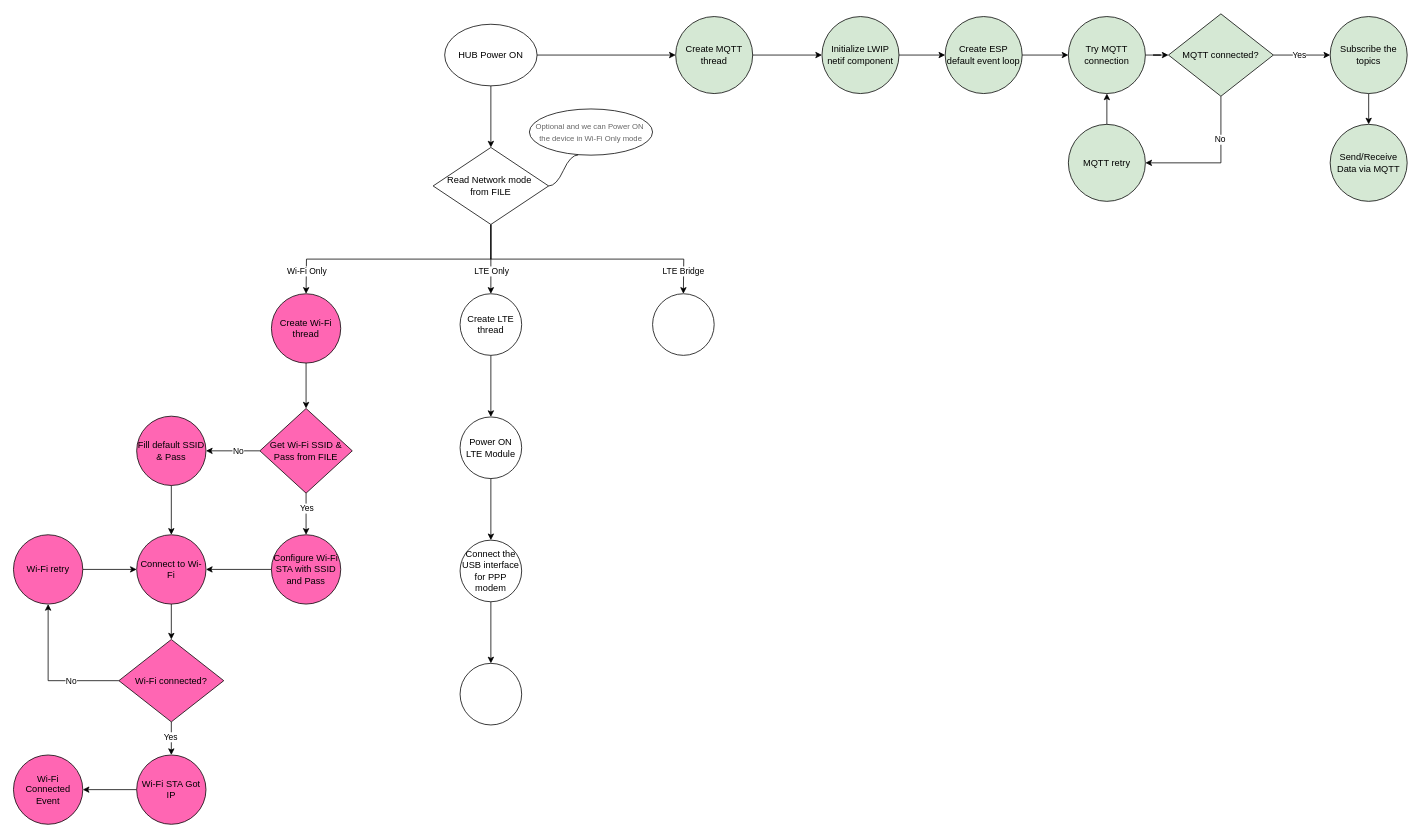
This is GEN2 connectivity states workflow.drawio from sohaibqamar/drawings, a draw.io file, before an edit. Source tidied: cells renumbered, new cells numbered last; positions are measured from the earlier drawing's top-left corner, leaving out a move shared by most shapes. Both pictures are drawn from the tidied source at 77%, with x=0, y=0 at pixel (13, 13).
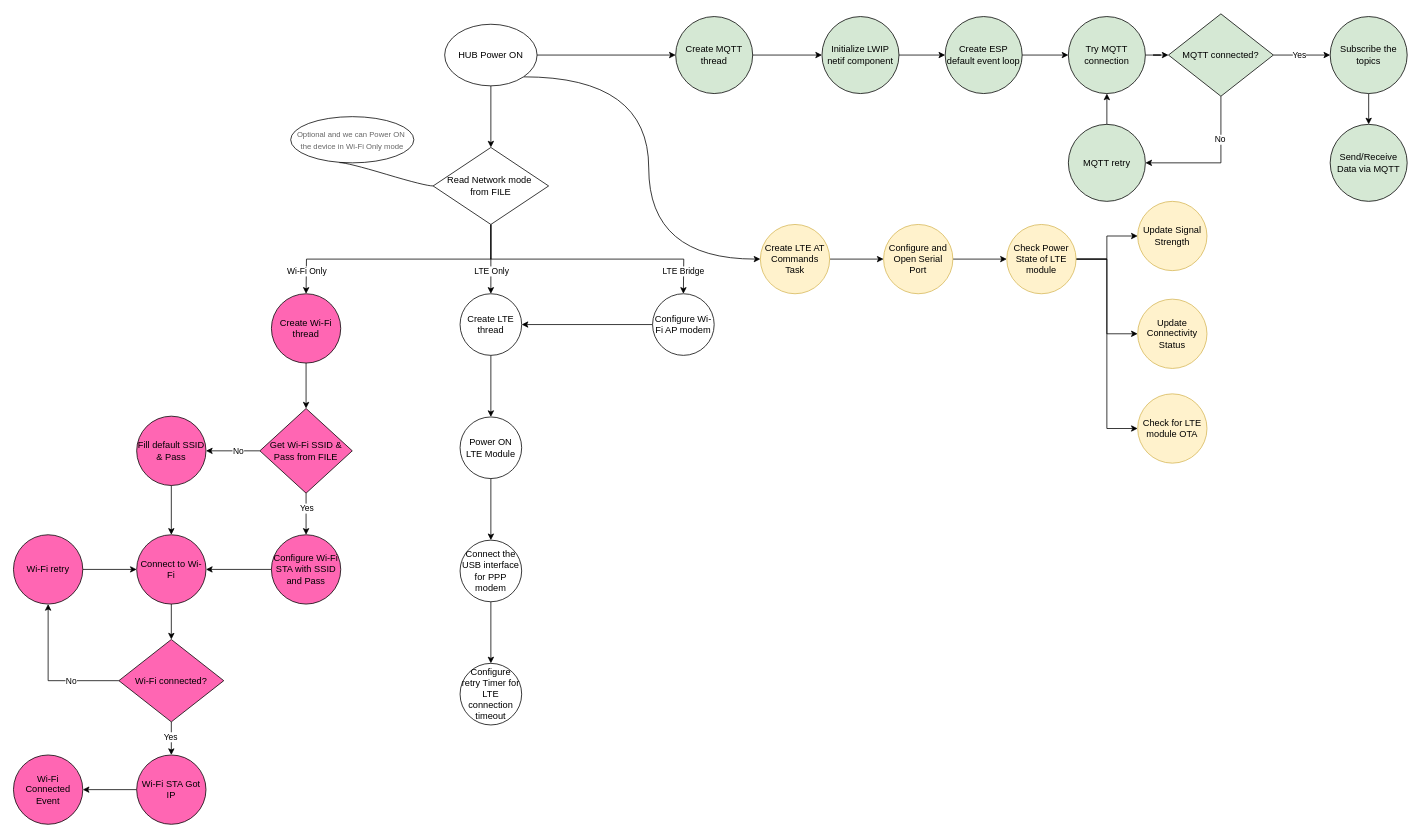
The same diagram, later.

The change refers to these unchanged cells:
```xml
<mxCell id="4" value="HUB Power ON" style="ellipse;whiteSpace=wrap;html=1;" parent="1" vertex="1">
  <mxGeometry x="560" y="14" width="120" height="80" as="geometry" />
</mxCell>
<mxCell id="11" value="Read Network mode&amp;nbsp;&lt;div&gt;from FILE&lt;/div&gt;" style="rhombus;whiteSpace=wrap;html=1;" parent="1" vertex="1">
  <mxGeometry x="545" y="174" width="150" height="100" as="geometry" />
</mxCell>
<mxCell id="13" value="Create LTE thread" style="ellipse;whiteSpace=wrap;html=1;" parent="1" vertex="1">
  <mxGeometry x="580" y="364" width="80" height="80" as="geometry" />
</mxCell>
```

Diff of the diagram source:
```diff
@@
+    <mxCell id="63" style="edgeStyle=orthogonalEdgeStyle;rounded=0;jettySize=auto;html=1;exitX=1;exitY=1;exitDx=0;exitDy=0;entryX=0;entryY=0.5;entryDx=0;entryDy=0;curved=1;" parent="1" edge="1" source="4" target="66">
+      <mxGeometry relative="1" as="geometry" />
+    </mxCell>
@@
+    <mxCell id="64" style="edgeStyle=orthogonalEdgeStyle;rounded=0;jettySize=auto;html=1;" parent="1" edge="1" source="14" target="13">
+      <mxGeometry relative="1" as="geometry" />
+    </mxCell>
-    <mxCell id="14" style="ellipse;whiteSpace=wrap;html=1;" parent="1" vertex="1">
+    <mxCell id="14" value="Configure Wi-Fi AP modem" style="ellipse;whiteSpace=wrap;html=1;" parent="1" vertex="1">
       <mxGeometry x="830" y="364" width="80" height="80" as="geometry" />
     </mxCell>
@@
     <mxCell id="35" value="&lt;span style=&quot;text-wrap: nowrap; color: rgb(102, 102, 102); font-size: 10px; text-align: left;&quot;&gt;Optional and we can Power ON&amp;nbsp;&lt;/span&gt;&lt;div&gt;&lt;span style=&quot;color: rgb(102, 102, 102); font-size: 10px; text-align: left; text-wrap: nowrap;&quot;&gt;the device in Wi-Fi Only mode&lt;/span&gt;&lt;/div&gt;" style="ellipse;whiteSpace=wrap;html=1;align=center;newEdgeStyle={&quot;edgeStyle&quot;:&quot;entityRelationEdgeStyle&quot;,&quot;startArrow&quot;:&quot;none&quot;,&quot;endArrow&quot;:&quot;none&quot;,&quot;segment&quot;:10,&quot;curved&quot;:1,&quot;sourcePerimeterSpacing&quot;:0,&quot;targetPerimeterSpacing&quot;:0};" parent="1" vertex="1">
-      <mxGeometry x="670" y="124" width="160" height="60" as="geometry" />
+      <mxGeometry x="360" y="134" width="160" height="60" as="geometry" />
     </mxCell>
-    <mxCell id="36" style="edgeStyle=entityRelationEdgeStyle;rounded=0;jettySize=auto;html=1;startArrow=none;endArrow=none;segment=10;curved=1;sourcePerimeterSpacing=0;targetPerimeterSpacing=0;entryX=1;entryY=0.5;entryDx=0;entryDy=0;exitX=0.396;exitY=0.995;exitDx=0;exitDy=0;exitPerimeter=0;" parent="1" edge="1" source="35" target="11">
+    <mxCell id="36" style="edgeStyle=entityRelationEdgeStyle;rounded=0;jettySize=auto;html=1;startArrow=none;endArrow=none;segment=10;curved=1;sourcePerimeterSpacing=0;targetPerimeterSpacing=0;entryX=0;entryY=0.5;entryDx=0;entryDy=0;exitX=0.396;exitY=0.995;exitDx=0;exitDy=0;exitPerimeter=0;" parent="1" edge="1" source="35" target="11">
       <mxGeometry relative="1" as="geometry">
         <Array as="points">
           <mxPoint x="740" y="154" />
         </Array>
       </mxGeometry>
     </mxCell>
@@
-    <mxCell id="62" style="ellipse;whiteSpace=wrap;html=1;" parent="1" vertex="1">
+    <mxCell id="62" value="Configure retry Timer for LTE connection timeout" style="ellipse;whiteSpace=wrap;html=1;" parent="1" vertex="1">
       <mxGeometry x="580" y="844" width="80" height="80" as="geometry" />
     </mxCell>
+    <mxCell id="65" style="edgeStyle=orthogonalEdgeStyle;rounded=0;jettySize=auto;html=1;" parent="1" edge="1" source="66" target="68">
+      <mxGeometry relative="1" as="geometry" />
+    </mxCell>
+    <mxCell id="66" value="Create LTE AT Commands Task" style="ellipse;whiteSpace=wrap;html=1;fillColor=#fff2cc;strokeColor=#d6b656;" parent="1" vertex="1">
+      <mxGeometry x="970" y="274" width="90" height="90" as="geometry" />
+    </mxCell>
+    <mxCell id="67" style="edgeStyle=orthogonalEdgeStyle;rounded=0;jettySize=auto;html=1;" parent="1" edge="1" source="68" target="72">
+      <mxGeometry relative="1" as="geometry" />
+    </mxCell>
+    <mxCell id="68" value="Configure and Open Serial Port" style="ellipse;whiteSpace=wrap;html=1;fillColor=#fff2cc;strokeColor=#d6b656;" parent="1" vertex="1">
+      <mxGeometry x="1130" y="274" width="90" height="90" as="geometry" />
+    </mxCell>
+    <mxCell id="69" style="edgeStyle=orthogonalEdgeStyle;rounded=0;jettySize=auto;html=1;" parent="1" edge="1" source="72" target="73">
+      <mxGeometry relative="1" as="geometry" />
+    </mxCell>
+    <mxCell id="70" style="edgeStyle=orthogonalEdgeStyle;rounded=0;jettySize=auto;html=1;exitX=1;exitY=0.5;exitDx=0;exitDy=0;entryX=0;entryY=0.5;entryDx=0;entryDy=0;" parent="1" edge="1" source="72" target="74">
+      <mxGeometry relative="1" as="geometry" />
+    </mxCell>
+    <mxCell id="71" style="edgeStyle=orthogonalEdgeStyle;rounded=0;jettySize=auto;html=1;entryX=0;entryY=0.5;entryDx=0;entryDy=0;" parent="1" edge="1" source="72" target="75">
+      <mxGeometry relative="1" as="geometry" />
+    </mxCell>
+    <mxCell id="72" value="Check Power State of LTE module" style="ellipse;whiteSpace=wrap;html=1;fillColor=#fff2cc;strokeColor=#d6b656;" parent="1" vertex="1">
+      <mxGeometry x="1290" y="274" width="90" height="90" as="geometry" />
+    </mxCell>
+    <mxCell id="73" value="Update Signal Strength" style="ellipse;whiteSpace=wrap;html=1;fillColor=#fff2cc;strokeColor=#d6b656;" parent="1" vertex="1">
+      <mxGeometry x="1460" y="244" width="90" height="90" as="geometry" />
+    </mxCell>
+    <mxCell id="74" value="Update Connectivity Status" style="ellipse;whiteSpace=wrap;html=1;fillColor=#fff2cc;strokeColor=#d6b656;" parent="1" vertex="1">
+      <mxGeometry x="1460" y="371" width="90" height="90" as="geometry" />
+    </mxCell>
+    <mxCell id="75" value="Check for LTE module OTA" style="ellipse;whiteSpace=wrap;html=1;fillColor=#fff2cc;strokeColor=#d6b656;" parent="1" vertex="1">
+      <mxGeometry x="1460" y="494" width="90" height="90" as="geometry" />
+    </mxCell>
```
